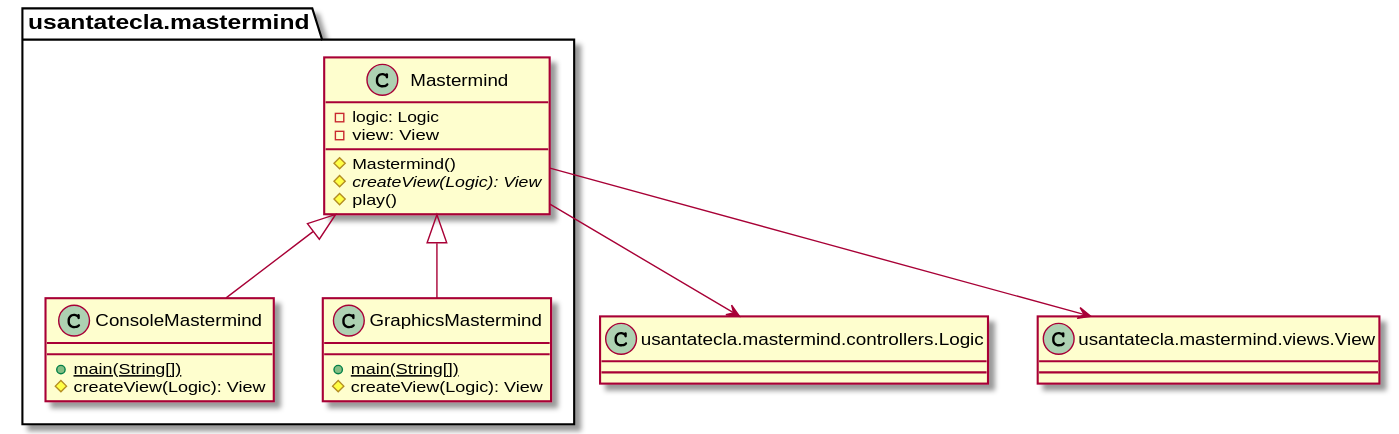
Above: modelViewPresenter/presentationModel/withFacade/docs/diagrams/out/paquetes/mastermind.svg in SantaTecla-mastermind/solution.java.swing.socket.sql (PlantUML), before the change.
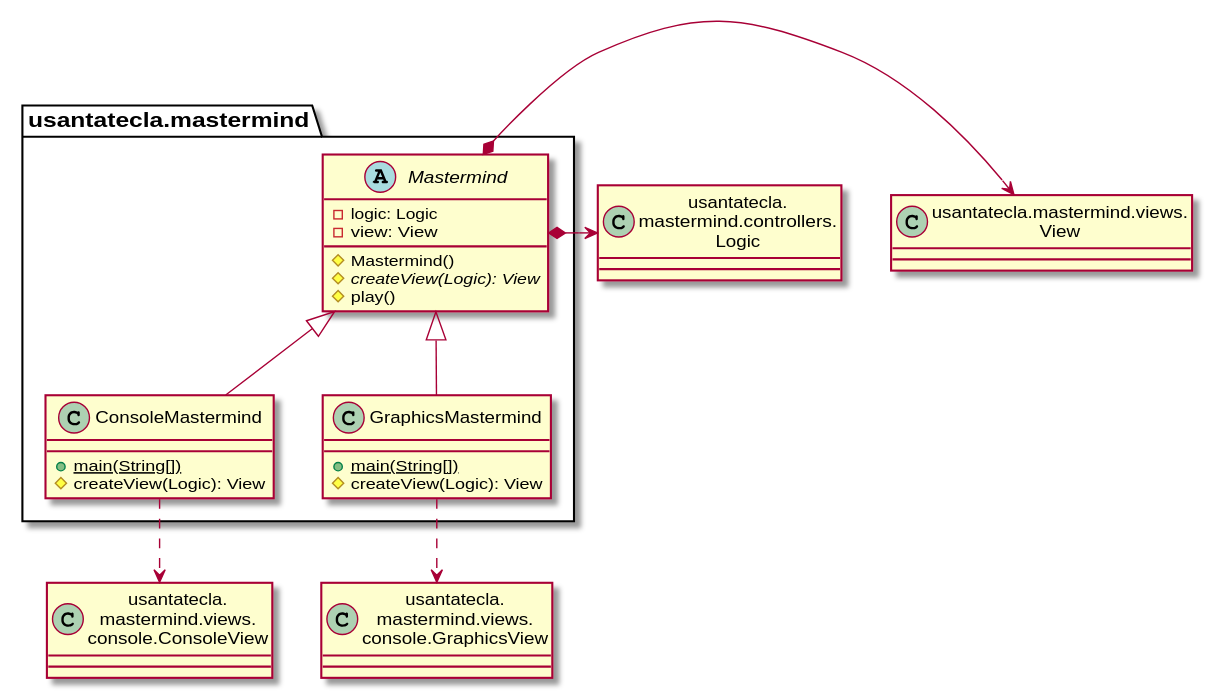
The same file after the commit.

Diff of the diagram source:
```diff
@@ -1,4 +1,7 @@
 @startuml
+class ConsoleView as "usantatecla.\nmastermind.views.\nconsole.ConsoleView"
+class GraphicsView as "usantatecla.\nmastermind.views.\nconsole.GraphicsView"
+class Logic as "usantatecla.\nmastermind.controllers.\nLogic"
 class  usantatecla.mastermind.ConsoleMastermind{
 + {static} main(String[])
 # createView(Logic): View
@@ -11,21 +14,20 @@
 }
 usantatecla.mastermind.Mastermind <|-down- usantatecla.mastermind.GraphicsMastermind
 
-class  usantatecla.mastermind.Mastermind{
+abstract class  usantatecla.mastermind.Mastermind{
 - logic: Logic
 - view: View
 # Mastermind()
 # {abstract} createView(Logic): View
 # play()
 }
-class Logic as "usantatecla.mastermind.controllers.Logic" {
+
+class View as "usantatecla.mastermind.views.\nView" {
 
 
 }
-class View as "usantatecla.mastermind.views.View" {
-
-
-}
-usantatecla.mastermind.Mastermind --> Logic
-usantatecla.mastermind.Mastermind --> View
+usantatecla.mastermind.Mastermind *-> Logic
+usantatecla.mastermind.Mastermind *-> View
+usantatecla.mastermind.GraphicsMastermind ..> GraphicsView
+usantatecla.mastermind.ConsoleMastermind ..> ConsoleView
 @enduml
```
